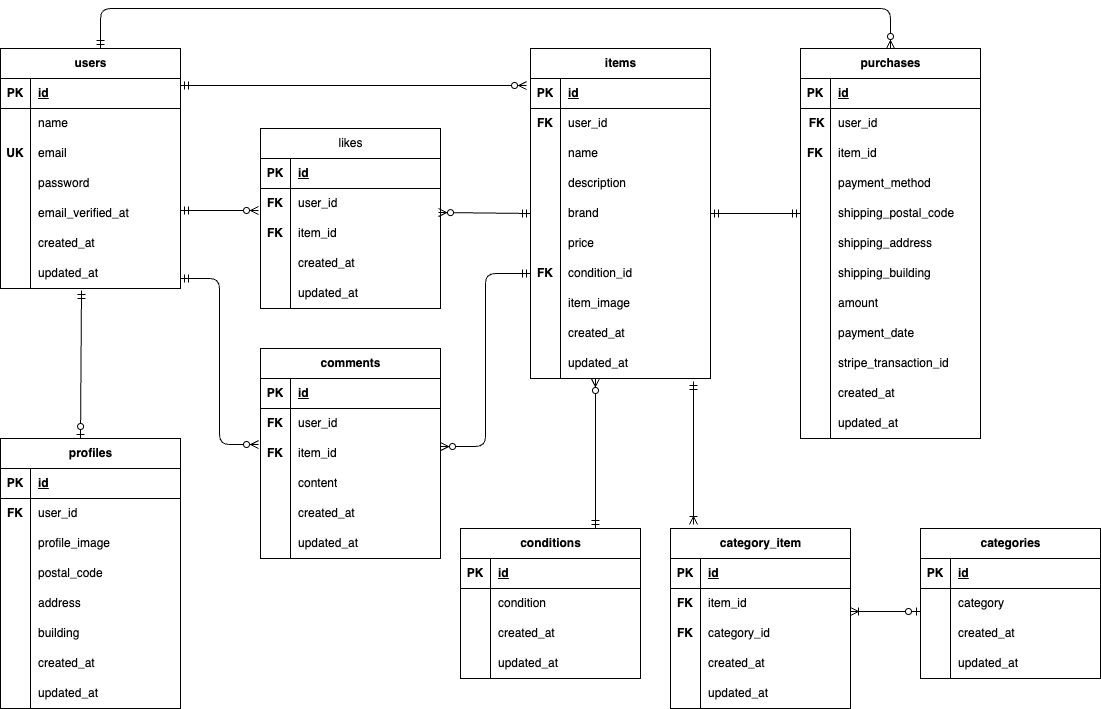
The draw.io diagram src/er.drawio.png in kvujic/flea-market-app, before a commit. Source tidied: cells renumbered, new cells last; positions are measured from the earlier drawing's top-left corner, leaving out a move shared by most shapes.
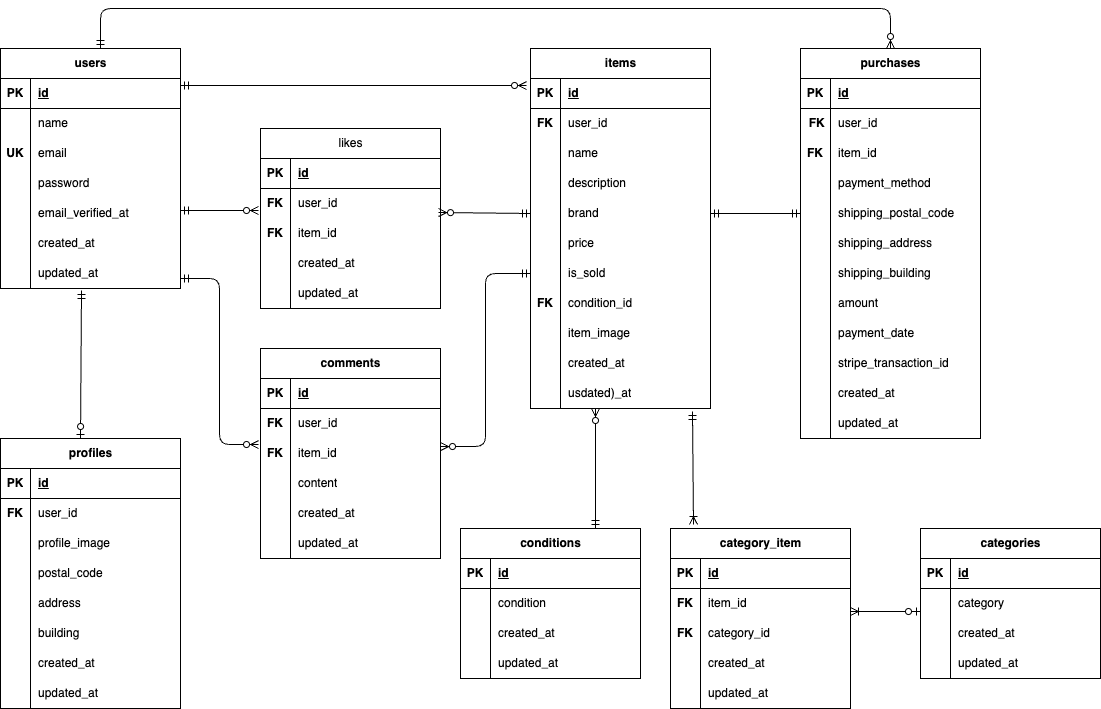
The same diagram one commit later.

What changed in the source:
```diff
@@ -144,7 +144,7 @@
       <mxGeometry x="30" width="150" height="30" as="geometry" />
     </mxCell>
     <mxCell id="49" value="items" style="shape=table;startSize=30;rowLines=0;fontStyle=1;align=center;html=1;" parent="1" vertex="1">
-      <mxGeometry x="530" y="40" width="180" height="330" as="geometry" />
+      <mxGeometry x="530" y="40" width="180" height="360" as="geometry" />
     </mxCell>
     <mxCell id="50" style="shape=tableRow;horizontal=0;startSize=0;swimlaneHead=0;swimlaneBody=0;fillColor=none;points=[[0,0.5],[1,0.5]];portConstraint=eastwest;top=0;left=0;right=0;bottom=1;" parent="49" vertex="1">
       <mxGeometry y="30" width="180" height="30" as="geometry" />
@@ -203,19 +203,19 @@
     <mxCell id="68" style="shape=tableRow;horizontal=0;startSize=0;swimlaneHead=0;swimlaneBody=0;fillColor=none;points=[[0,0.5],[1,0.5]];portConstraint=eastwest;top=0;left=0;right=0;bottom=0;" parent="49" vertex="1">
       <mxGeometry y="210" width="180" height="30" as="geometry" />
     </mxCell>
-    <mxCell id="69" value="FK" style="shape=partialRectangle;fillColor=none;top=0;left=0;bottom=0;right=0;overflow=hidden;whiteSpace=wrap;html=1;fontStyle=1;" parent="68" vertex="1">
+    <mxCell id="69" style="shape=partialRectangle;fillColor=none;top=0;left=0;bottom=0;right=0;overflow=hidden;whiteSpace=wrap;html=1;fontStyle=1;" parent="68" vertex="1">
       <mxGeometry width="30" height="30" as="geometry" />
     </mxCell>
-    <mxCell id="70" value="condition_id" style="shape=partialRectangle;fillColor=none;top=0;left=0;bottom=0;right=0;align=left;spacingLeft=6;overflow=hidden;whiteSpace=wrap;html=1;" parent="68" vertex="1">
+    <mxCell id="70" value="is_sold" style="shape=partialRectangle;fillColor=none;top=0;left=0;bottom=0;right=0;align=left;spacingLeft=6;overflow=hidden;whiteSpace=wrap;html=1;" parent="68" vertex="1">
       <mxGeometry x="30" width="150" height="30" as="geometry" />
     </mxCell>
     <mxCell id="71" style="shape=tableRow;horizontal=0;startSize=0;swimlaneHead=0;swimlaneBody=0;fillColor=none;top=0;left=0;right=0;bottom=0;" parent="49" vertex="1">
       <mxGeometry y="240" width="180" height="30" as="geometry" />
     </mxCell>
-    <mxCell id="72" style="shape=partialRectangle;fillColor=none;top=0;left=0;bottom=0;right=0;overflow=hidden;whiteSpace=wrap;html=1;" parent="71" vertex="1">
+    <mxCell id="72" value="&lt;b&gt;FK&lt;/b&gt;" style="shape=partialRectangle;fillColor=none;top=0;left=0;bottom=0;right=0;overflow=hidden;whiteSpace=wrap;html=1;" parent="71" vertex="1">
       <mxGeometry width="30" height="30" as="geometry" />
     </mxCell>
-    <mxCell id="73" value="item_image" style="shape=partialRectangle;fillColor=none;top=0;left=0;bottom=0;right=0;align=left;spacingLeft=6;overflow=hidden;whiteSpace=wrap;html=1;" parent="71" vertex="1">
+    <mxCell id="73" value="condition_id" style="shape=partialRectangle;fillColor=none;top=0;left=0;bottom=0;right=0;align=left;spacingLeft=6;overflow=hidden;whiteSpace=wrap;html=1;" parent="71" vertex="1">
       <mxGeometry x="30" width="150" height="30" as="geometry" />
     </mxCell>
     <mxCell id="74" style="shape=tableRow;horizontal=0;startSize=0;swimlaneHead=0;swimlaneBody=0;fillColor=none;top=0;left=0;right=0;bottom=0;" parent="49" vertex="1">
@@ -224,7 +224,7 @@
     <mxCell id="75" style="shape=partialRectangle;fillColor=none;top=0;left=0;bottom=0;right=0;overflow=hidden;whiteSpace=wrap;html=1;" parent="74" vertex="1">
       <mxGeometry width="30" height="30" as="geometry" />
     </mxCell>
-    <mxCell id="76" value="created_at" style="shape=partialRectangle;fillColor=none;top=0;left=0;bottom=0;right=0;align=left;spacingLeft=6;overflow=hidden;whiteSpace=wrap;html=1;" parent="74" vertex="1">
+    <mxCell id="76" value="item_image" style="shape=partialRectangle;fillColor=none;top=0;left=0;bottom=0;right=0;align=left;spacingLeft=6;overflow=hidden;whiteSpace=wrap;html=1;" parent="74" vertex="1">
       <mxGeometry x="30" width="150" height="30" as="geometry" />
     </mxCell>
     <mxCell id="77" style="shape=tableRow;horizontal=0;startSize=0;swimlaneHead=0;swimlaneBody=0;fillColor=none;points=[[0,0.5],[1,0.5]];portConstraint=eastwest;top=0;left=0;right=0;bottom=0;" parent="49" vertex="1">
@@ -233,9 +233,18 @@
     <mxCell id="78" style="shape=partialRectangle;fillColor=none;top=0;left=0;bottom=0;right=0;overflow=hidden;whiteSpace=wrap;html=1;" parent="77" vertex="1">
       <mxGeometry width="30" height="30" as="geometry" />
     </mxCell>
-    <mxCell id="79" value="updated_at" style="shape=partialRectangle;fillColor=none;top=0;left=0;bottom=0;right=0;align=left;spacingLeft=6;overflow=hidden;whiteSpace=wrap;html=1;" parent="77" vertex="1">
+    <mxCell id="79" value="created_at" style="shape=partialRectangle;fillColor=none;top=0;left=0;bottom=0;right=0;align=left;spacingLeft=6;overflow=hidden;whiteSpace=wrap;html=1;" parent="77" vertex="1">
       <mxGeometry x="30" width="150" height="30" as="geometry" />
     </mxCell>
+    <mxCell id="206" style="shape=tableRow;horizontal=0;startSize=0;swimlaneHead=0;swimlaneBody=0;fillColor=none;points=[[0,0.5],[1,0.5]];portConstraint=eastwest;top=0;left=0;right=0;bottom=0;" parent="49" vertex="1">
+      <mxGeometry y="330" width="180" height="30" as="geometry" />
+    </mxCell>
+    <mxCell id="207" style="shape=partialRectangle;fillColor=none;top=0;left=0;bottom=0;right=0;overflow=hidden;whiteSpace=wrap;html=1;" parent="206" vertex="1">
+      <mxGeometry width="30" height="30" as="geometry" />
+    </mxCell>
+    <mxCell id="208" value="&lt;div&gt;&lt;span style=&quot;background-color: transparent;&quot;&gt;usdated)_at&lt;/span&gt;&lt;/div&gt;" style="shape=partialRectangle;fillColor=none;top=0;left=0;bottom=0;right=0;align=left;spacingLeft=6;overflow=hidden;whiteSpace=wrap;html=1;" parent="206" vertex="1">
+      <mxGeometry x="30" width="150" height="30" as="geometry" />
+    </mxCell>
     <mxCell id="80" value="categories" style="shape=table;startSize=30;rowLines=0;fontStyle=1;align=center;html=1;" parent="1" vertex="1">
       <mxGeometry x="920" y="520" width="180" height="150" as="geometry" />
     </mxCell>
@@ -609,17 +618,18 @@
         </Array>
       </mxGeometry>
     </mxCell>
-    <mxCell id="201" style="fontSize=12;html=1;endArrow=ERoneToMany;startArrow=ERmandOne;exitX=0.911;exitY=1.067;exitDx=0;exitDy=0;exitPerimeter=0;" parent="1" edge="1">
+    <mxCell id="201" style="fontSize=12;html=1;endArrow=ERoneToMany;startArrow=ERmandOne;exitX=0.9;exitY=1.1;exitDx=0;exitDy=0;exitPerimeter=0;" parent="1" edge="1" source="206">
       <mxGeometry relative="1" as="geometry">
-        <mxPoint x="693" y="373" as="sourcePoint" />
         <mxPoint x="693" y="516" as="targetPoint" />
       </mxGeometry>
     </mxCell>
     <mxCell id="202" style="fontSize=12;html=1;endArrow=ERmandOne;startArrow=ERmandOne;entryX=0;entryY=0.5;entryDx=0;entryDy=0;exitX=1;exitY=0.5;exitDx=0;exitDy=0;" parent="1" edge="1" source="62" target="171">
       <mxGeometry relative="1" as="geometry" />
     </mxCell>
-    <mxCell id="203" style="fontSize=12;html=1;endArrow=ERzeroToMany;startArrow=ERmandOne;entryX=0.361;entryY=1;entryDx=0;entryDy=0;exitX=0.75;exitY=0;exitDx=0;exitDy=0;entryPerimeter=0;" parent="1" edge="1" source="129" target="77">
-      <mxGeometry relative="1" as="geometry" />
+    <mxCell id="203" style="fontSize=12;html=1;endArrow=ERzeroToMany;startArrow=ERmandOne;exitX=0.75;exitY=0;exitDx=0;exitDy=0;" parent="1" edge="1" source="129">
+      <mxGeometry relative="1" as="geometry">
+        <mxPoint x="595" y="400" as="targetPoint" />
+      </mxGeometry>
     </mxCell>
     <mxCell id="204" style="fontSize=12;html=1;endArrow=ERoneToMany;startArrow=ERzeroToOne;exitX=0;exitY=0.767;exitDx=0;exitDy=0;exitPerimeter=0;" parent="1" edge="1" source="84">
       <mxGeometry relative="1" as="geometry">
```
